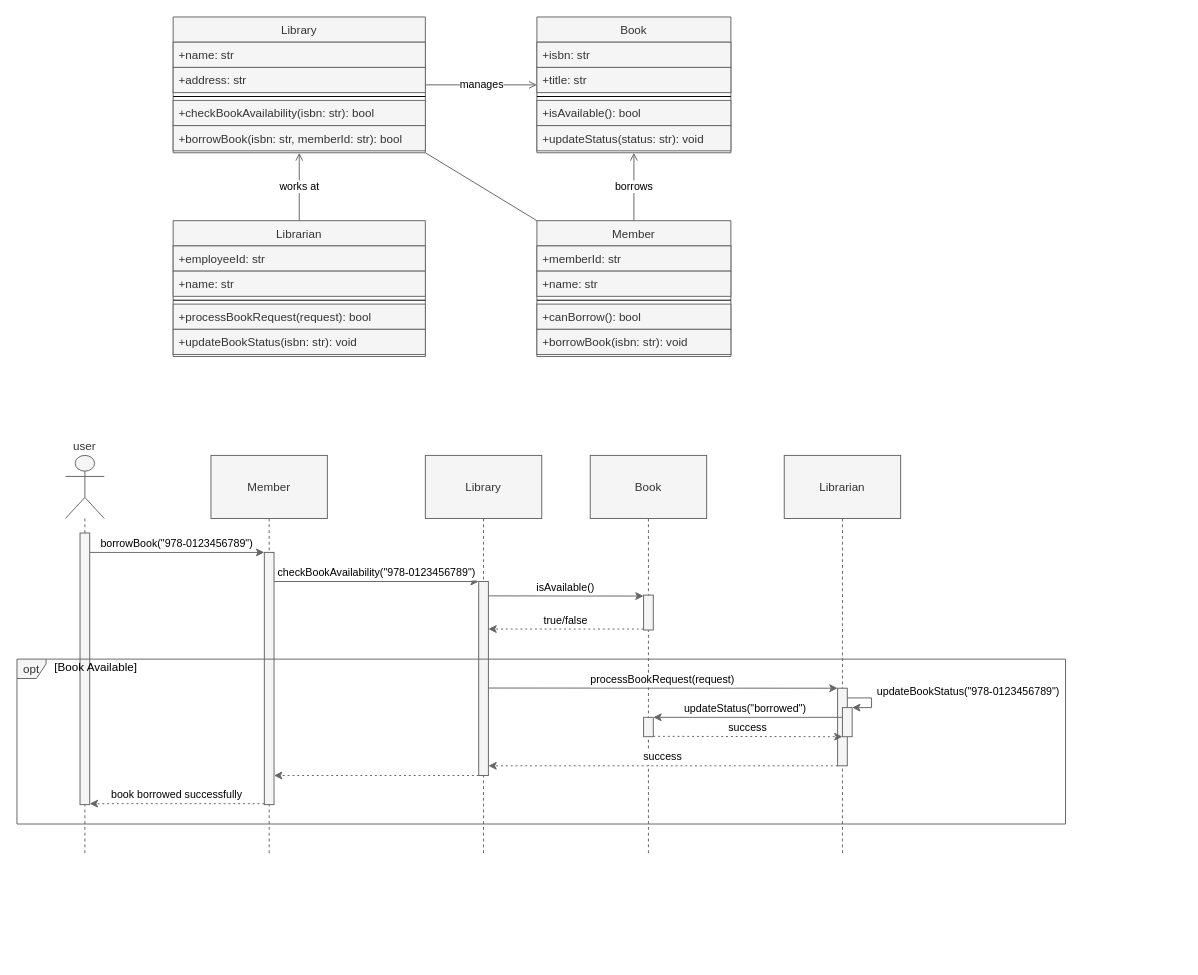
The draw.io diagram diagrams/examples/fragments_examples/opt_02.1.drawio in kkubinova/drawio_plugin, before the edit. Source tidied: cells renumbered, new cells numbered last; positions are measured from the earlier drawing's top-left corner, leaving out a move shared by most shapes. Both pictures are drawn from the tidied source at 97%, with x=0, y=0 at pixel (16, 16).
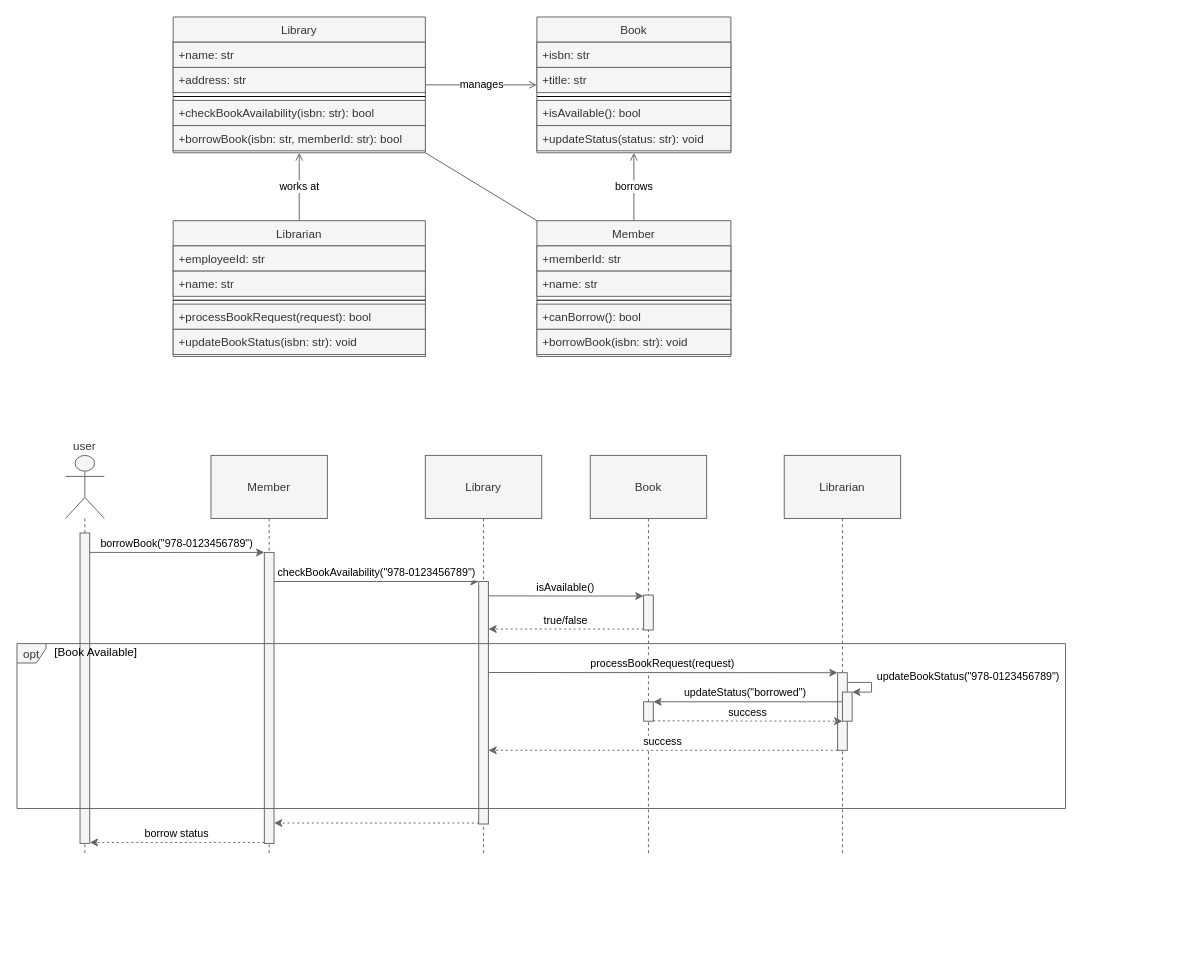
The same diagram, later.

The change refers to these unchanged cells:
```xml
<mxCell id="31" style="group;fillColor=none;" parent="30" vertex="1">
  <mxGeometry x="120" y="420" width="1080" height="550" as="geometry" />
</mxCell>
<mxCell id="32" value="user" style="shape=umlLifeline;perimeter=lifelinePerimeter;whiteSpace=wrap;participant=umlActor;verticalAlign=bottom;labelPosition=center;verticalLabelPosition=top;align=center;size=65;fillColor=#f5f5f5;fontColor=#333333;strokeColor=#666666;" parent="31" vertex="1">
  <mxGeometry x="-70" y="32" width="40" height="410" as="geometry" />
</mxCell>
<mxCell id="34" value="Member" style="shape=umlLifeline;perimeter=lifelinePerimeter;whiteSpace=wrap;size=65;fillColor=#f5f5f5;fontColor=#333333;strokeColor=#666666;" parent="31" vertex="1">
  <mxGeometry x="80" y="32" width="120" height="410" as="geometry" />
</mxCell>
<mxCell id="36" value="Library" style="shape=umlLifeline;perimeter=lifelinePerimeter;whiteSpace=wrap;size=65;fillColor=#f5f5f5;fontColor=#333333;strokeColor=#666666;" parent="31" vertex="1">
  <mxGeometry x="301" y="32" width="120" height="410" as="geometry" />
</mxCell>
```

The edit, as a diff of the source:
```diff
@@
     <mxCell id="33" style="perimeter=orthogonalPerimeter;targetShapes=umlLifeline;fillColor=#f5f5f5;fontColor=#333333;strokeColor=#666666;" parent="32" vertex="1">
-      <mxGeometry x="15" y="80" width="10" height="280" as="geometry" />
+      <mxGeometry x="15" y="80" width="10" height="320" as="geometry" />
     </mxCell>
@@
     <mxCell id="35" style="perimeter=orthogonalPerimeter;targetShapes=umlLifeline;fillColor=#f5f5f5;fontColor=#333333;strokeColor=#666666;" parent="34" vertex="1">
-      <mxGeometry x="55" y="100" width="10" height="260" as="geometry" />
+      <mxGeometry x="55" y="100" width="10" height="300" as="geometry" />
     </mxCell>
@@
     <mxCell id="37" style="points=[];perimeter=orthogonalPerimeter;outlineConnect=0;targetShapes=umlLifeline;portConstraint=eastwest;fillColor=#f5f5f5;fontColor=#333333;strokeColor=#666666;" parent="36" vertex="1">
-      <mxGeometry x="55" y="130" width="10" height="200" as="geometry" />
+      <mxGeometry x="55" y="130" width="10" height="250" as="geometry" />
     </mxCell>
@@
     <mxCell id="45" value="processBookRequest(request)" style="verticalAlign=bottom;edgeStyle=elbowEdgeStyle;elbow=vertical;curved=0;rounded=0;endArrow=classic;fillColor=#f5f5f5;strokeColor=#666666;endFill=1;" parent="31" edge="1" target="51">
       <mxGeometry relative="1" as="geometry">
-        <mxPoint x="366" y="271.8" as="sourcePoint" />
+        <mxPoint x="366" y="255.8" as="sourcePoint" />
       </mxGeometry>
     </mxCell>
     <mxCell id="46" value="updateBookStatus(&quot;978-0123456789&quot;)" style="verticalAlign=bottom;edgeStyle=elbowEdgeStyle;rounded=0;endArrow=classic;fillColor=#f5f5f5;strokeColor=#666666;endFill=1;" parent="31" edge="1" target="53">
       <mxGeometry y="100" relative="1" as="geometry">
-        <mxPoint x="736" y="282" as="sourcePoint" />
+        <mxPoint x="736" y="266" as="sourcePoint" />
         <Array as="points">
-          <mxPoint x="761" y="292" />
-          <mxPoint x="761" y="302" />
-          <mxPoint x="751" y="302" />
+          <mxPoint x="761" y="276" />
+          <mxPoint x="761" y="286" />
+          <mxPoint x="751" y="286" />
         </Array>
       </mxGeometry>
     </mxCell>
     <mxCell id="47" value="success" style="verticalAlign=bottom;edgeStyle=elbowEdgeStyle;elbow=vertical;curved=0;rounded=0;dashed=1;dashPattern=2 3;endArrow=classic;fillColor=#f5f5f5;strokeColor=#666666;endFill=1;" parent="31" edge="1">
       <mxGeometry relative="1" as="geometry">
-        <mxPoint x="726" y="352" as="sourcePoint" />
-        <mxPoint x="366" y="352" as="targetPoint" />
+        <mxPoint x="726" y="336" as="sourcePoint" />
+        <mxPoint x="366" y="336" as="targetPoint" />
         <Array as="points">
-          <mxPoint x="671" y="352" />
+          <mxPoint x="671" y="336" />
         </Array>
       </mxGeometry>
     </mxCell>
-    <mxCell id="48" value="book borrowed successfully" style="verticalAlign=bottom;edgeStyle=elbowEdgeStyle;elbow=vertical;curved=0;rounded=0;dashed=1;dashPattern=2 3;endArrow=classic;fillColor=#f5f5f5;strokeColor=#666666;endFill=1;" parent="31" edge="1">
+    <mxCell id="48" value="borrow status" style="verticalAlign=bottom;edgeStyle=elbowEdgeStyle;elbow=vertical;curved=0;rounded=0;dashed=1;dashPattern=2 3;endArrow=classic;fillColor=#f5f5f5;strokeColor=#666666;endFill=1;" parent="31" edge="1">
       <mxGeometry relative="1" as="geometry">
-        <mxPoint x="135" y="391" as="sourcePoint" />
-        <mxPoint x="-45" y="391" as="targetPoint" />
+        <mxPoint x="135" y="431" as="sourcePoint" />
+        <mxPoint x="-45" y="431" as="targetPoint" />
       </mxGeometry>
     </mxCell>
     <mxCell id="49" value="opt" style="shape=umlFrame;strokeColor=#666666;height=20;width=30;fillColor=#f5f5f5;fontColor=#333333;" parent="31" vertex="1">
-      <mxGeometry x="-120" y="242" width="1081" height="170" as="geometry" />
+      <mxGeometry x="-120" y="226" width="1081" height="170" as="geometry" />
     </mxCell>
@@
     <mxCell id="51" style="points=[];perimeter=orthogonalPerimeter;outlineConnect=0;targetShapes=umlLifeline;portConstraint=eastwest;fillColor=#f5f5f5;fontColor=#333333;strokeColor=#666666;" parent="31" vertex="1">
-      <mxGeometry x="726" y="272" width="10" height="80" as="geometry" />
+      <mxGeometry x="726" y="256" width="10" height="80" as="geometry" />
     </mxCell>
     <mxCell id="52" style="perimeter=orthogonalPerimeter;targetShapes=umlLifeline;fillColor=#f5f5f5;fontColor=#333333;strokeColor=#666666;" parent="31" vertex="1">
-      <mxGeometry x="526" y="302" width="10" height="20" as="geometry" />
+      <mxGeometry x="526" y="286" width="10" height="20" as="geometry" />
     </mxCell>
     <mxCell id="53" style="points=[];perimeter=orthogonalPerimeter;outlineConnect=0;targetShapes=umlLifeline;portConstraint=eastwest;fillColor=#f5f5f5;fontColor=#333333;strokeColor=#666666;" parent="31" vertex="1">
-      <mxGeometry x="731" y="292" width="10" height="30" as="geometry" />
+      <mxGeometry x="731" y="276" width="10" height="30" as="geometry" />
     </mxCell>
     <mxCell id="54" value="updateStatus(&quot;borrowed&quot;)" style="verticalAlign=bottom;edgeStyle=elbowEdgeStyle;elbow=vertical;curved=0;rounded=0;endArrow=classic;fillColor=#f5f5f5;strokeColor=#666666;endFill=1;" parent="31" edge="1">
       <mxGeometry x="0.03" relative="1" as="geometry">
-        <mxPoint x="731" y="302" as="sourcePoint" />
-        <mxPoint x="536" y="302" as="targetPoint" />
+        <mxPoint x="731" y="286" as="sourcePoint" />
+        <mxPoint x="536" y="286" as="targetPoint" />
         <Array as="points">
-          <mxPoint x="641" y="302" />
-          <mxPoint x="571" y="347" />
+          <mxPoint x="641" y="286" />
+          <mxPoint x="571" y="331" />
         </Array>
       </mxGeometry>
     </mxCell>
     <mxCell id="55" value="success" style="verticalAlign=bottom;edgeStyle=elbowEdgeStyle;elbow=vertical;curved=0;rounded=0;dashed=1;dashPattern=2 3;endArrow=classic;fillColor=#f5f5f5;strokeColor=#666666;endFill=1;" parent="31" edge="1">
       <mxGeometry relative="1" as="geometry">
-        <mxPoint x="536" y="321.6" as="sourcePoint" />
-        <mxPoint x="731" y="321.6" as="targetPoint" />
+        <mxPoint x="536" y="305.6" as="sourcePoint" />
+        <mxPoint x="731" y="305.6" as="targetPoint" />
       </mxGeometry>
     </mxCell>
-    <mxCell id="56" style="verticalAlign=bottom;edgeStyle=elbowEdgeStyle;elbow=vertical;curved=0;rounded=0;dashed=1;dashPattern=2 3;endArrow=classic;fillColor=#f5f5f5;strokeColor=#666666;endFill=1;" parent="31" edge="1" source="37">
+    <mxCell id="56" style="verticalAlign=bottom;edgeStyle=elbowEdgeStyle;elbow=vertical;curved=0;rounded=0;dashed=1;dashPattern=2 3;endArrow=classic;fillColor=#f5f5f5;strokeColor=#666666;endFill=1;" parent="31" edge="1">
       <mxGeometry relative="1" as="geometry">
-        <mxPoint x="145" y="362.1" as="targetPoint" />
+        <mxPoint x="356" y="411" as="sourcePoint" />
+        <mxPoint x="145" y="411.1" as="targetPoint" />
       </mxGeometry>
     </mxCell>
```
